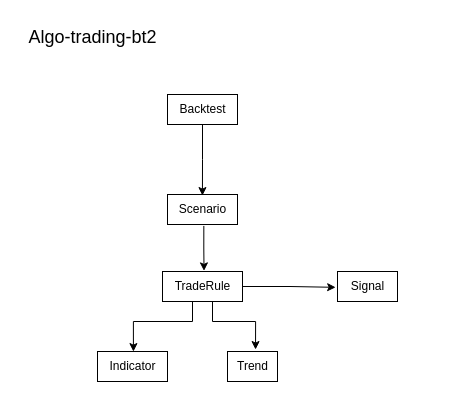
Above: design.drawio in tker-78/algo-trading-bt2 (draw.io), before the change. Source tidied: cells renumbered, new cells numbered last; positions are measured from the earlier drawing's top-left corner, leaving out a move shared by most shapes. Both pictures are drawn from the tidied source at 100%, with x=0, y=0 at pixel (17, 17).
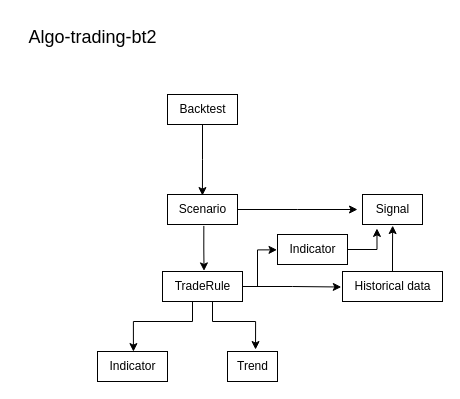
Above is the later version.

The change refers to these unchanged cells:
```xml
<mxCell id="3" value="TradeRule" style="text;html=1;align=center;verticalAlign=middle;points=[];strokeColor=default;fillColor=none;" parent="1" vertex="1">
  <mxGeometry x="145" y="254" width="80" height="30" as="geometry" />
</mxCell>
<mxCell id="5" value="Scenario" style="text;html=1;align=center;verticalAlign=middle;points=[];strokeColor=default;fillColor=none;" parent="1" vertex="1">
  <mxGeometry x="150" y="177" width="70" height="30" as="geometry" />
</mxCell>
```

The edit, as a diff of the source:
```diff
@@
+    <mxCell id="14" style="edgeStyle=orthogonalEdgeStyle;rounded=0;jettySize=auto;html=1;" parent="1" edge="1" source="5">
+      <mxGeometry relative="1" as="geometry">
+        <mxPoint x="340" y="192" as="targetPoint" />
+      </mxGeometry>
+    </mxCell>
@@
     <mxCell id="12" value="Signal" style="text;html=1;align=center;verticalAlign=middle;points=[];strokeColor=default;fillColor=none;" parent="1" vertex="1">
-      <mxGeometry x="320" y="254" width="60" height="30" as="geometry" />
+      <mxGeometry x="345" y="177" width="60" height="30" as="geometry" />
     </mxCell>
-    <mxCell id="13" style="edgeStyle=orthogonalEdgeStyle;rounded=0;jettySize=auto;html=1;entryX=-0.031;entryY=0.528;entryDx=0;entryDy=0;entryPerimeter=0;" parent="1" edge="1" source="3" target="12">
-      <mxGeometry relative="1" as="geometry" />
-    </mxCell>
+    <mxCell id="15" value="Historical data" style="text;html=1;align=center;verticalAlign=middle;points=[];strokeColor=default;fillColor=none;" parent="1" vertex="1">
+      <mxGeometry x="325" y="254" width="100" height="30" as="geometry" />
+    </mxCell>
+    <mxCell id="16" style="edgeStyle=orthogonalEdgeStyle;rounded=0;jettySize=auto;html=1;entryX=-0.012;entryY=0.517;entryDx=0;entryDy=0;entryPerimeter=0;" parent="1" edge="1" source="3" target="15">
+      <mxGeometry relative="1" as="geometry" />
+    </mxCell>
+    <mxCell id="17" style="edgeStyle=orthogonalEdgeStyle;rounded=0;jettySize=auto;html=1;entryX=0.503;entryY=1.036;entryDx=0;entryDy=0;entryPerimeter=0;" parent="1" edge="1" source="15" target="12">
+      <mxGeometry relative="1" as="geometry" />
+    </mxCell>
+    <mxCell id="18" value="Indicator" style="text;html=1;align=center;verticalAlign=middle;points=[];strokeColor=default;fillColor=none;" parent="1" vertex="1">
+      <mxGeometry x="260" y="217" width="70" height="30" as="geometry" />
+    </mxCell>
+    <mxCell id="19" style="edgeStyle=orthogonalEdgeStyle;rounded=0;jettySize=auto;html=1;entryX=-0.007;entryY=0.512;entryDx=0;entryDy=0;entryPerimeter=0;" parent="1" edge="1" source="3" target="18">
+      <mxGeometry relative="1" as="geometry">
+        <Array as="points">
+          <mxPoint x="240" y="269" />
+          <mxPoint x="240" y="232" />
+        </Array>
+      </mxGeometry>
+    </mxCell>
+    <mxCell id="20" style="edgeStyle=orthogonalEdgeStyle;rounded=0;jettySize=auto;html=1;entryX=0.241;entryY=1.131;entryDx=0;entryDy=0;entryPerimeter=0;" parent="1" edge="1" source="18" target="12">
+      <mxGeometry relative="1" as="geometry" />
+    </mxCell>
```
